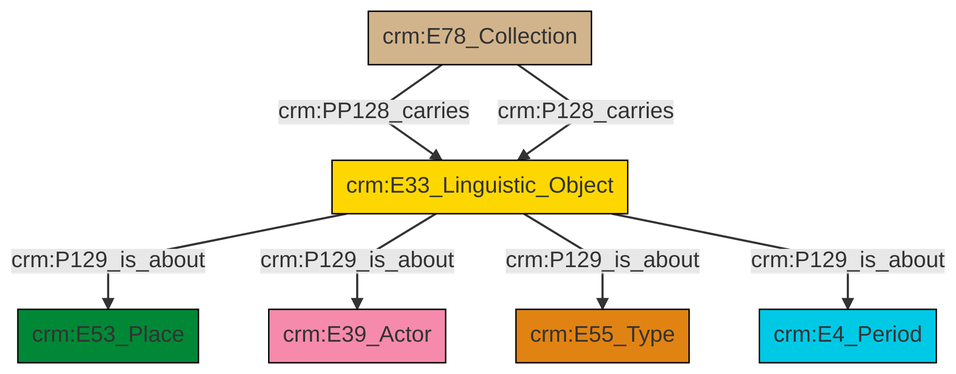
This is et/archivalCSV/ttl/mmd/png/archival_aboutness.png from swiss-art-research-net/docs.swissartresearch, a Mermaid export, as it was before one commit. Its source is kept beside it as et/archivalCSV/ttl/mmd/archival_aboutness.ttl.mmd.
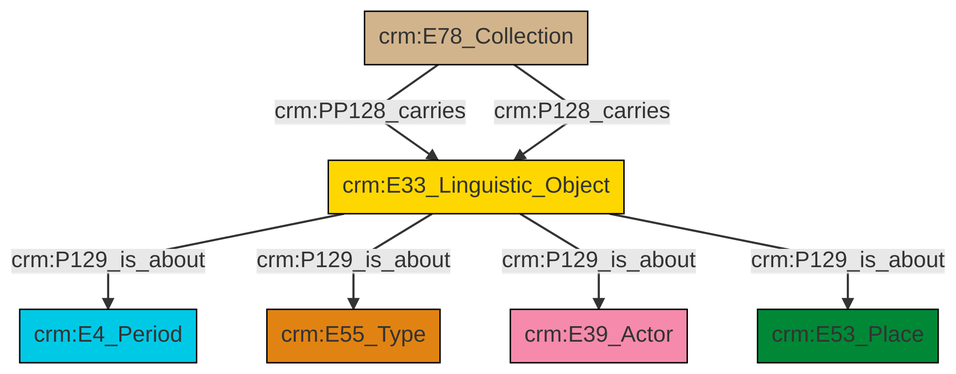
Above is the later version.

The edit, as a diff of the source:
```diff
@@ -13,9 +13,9 @@
 classDef PC_Classes fill:#4ce600, stroke:#000000;
 classDef Multi fill:#cccccc,stroke:#000000;
 
-0["crm:E33_Linguistic_Object"]:::Conceptual_Object -->|crm:P129_is_about| 1["crm:E53_Place"]:::Place
-4["crm:E78_Collection"]:::Physical_Thing -->|crm:PP128_carries| 0["crm:E33_Linguistic_Object"]:::Conceptual_Object
-0["crm:E33_Linguistic_Object"]:::Conceptual_Object -->|crm:P129_is_about| 2["crm:E39_Actor"]:::Actor
-0["crm:E33_Linguistic_Object"]:::Conceptual_Object -->|crm:P129_is_about| 5["crm:E55_Type"]:::Type
-0["crm:E33_Linguistic_Object"]:::Conceptual_Object -->|crm:P129_is_about| 9["crm:E4_Period"]:::Temporal_Entity
-4["crm:E78_Collection"]:::Physical_Thing -->|crm:P128_carries| 0["crm:E33_Linguistic_Object"]:::Conceptual_Object
+6["crm:E33_Linguistic_Object"]:::Conceptual_Object -->|crm:P129_is_about| 7["crm:E4_Period"]:::Temporal_Entity
+6["crm:E33_Linguistic_Object"]:::Conceptual_Object -->|crm:P129_is_about| 4["crm:E55_Type"]:::Type
+0["crm:E78_Collection"]:::Physical_Thing -->|crm:PP128_carries| 6["crm:E33_Linguistic_Object"]:::Conceptual_Object
+0["crm:E78_Collection"]:::Physical_Thing -->|crm:P128_carries| 6["crm:E33_Linguistic_Object"]:::Conceptual_Object
+6["crm:E33_Linguistic_Object"]:::Conceptual_Object -->|crm:P129_is_about| 2["crm:E39_Actor"]:::Actor
+6["crm:E33_Linguistic_Object"]:::Conceptual_Object -->|crm:P129_is_about| 10["crm:E53_Place"]:::Place
```
